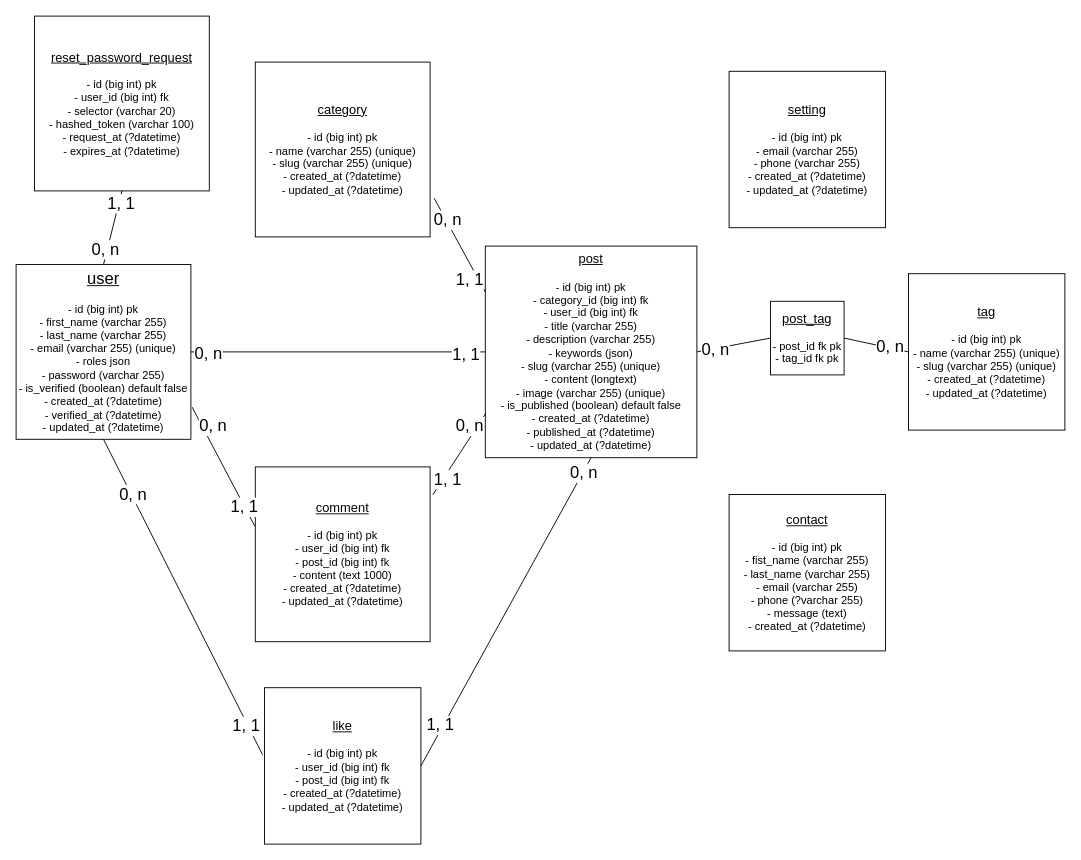
This is documentation/conception.drawio from Yanis281293/12_symfony_blog, a draw.io file, before an edit. Source tidied: cells renumbered, new cells numbered last; positions are measured from the earlier drawing's top-left corner, leaving out a move shared by most shapes. Both pictures are drawn from the tidied source at 92%, with x=0, y=0 at pixel (16, 16).
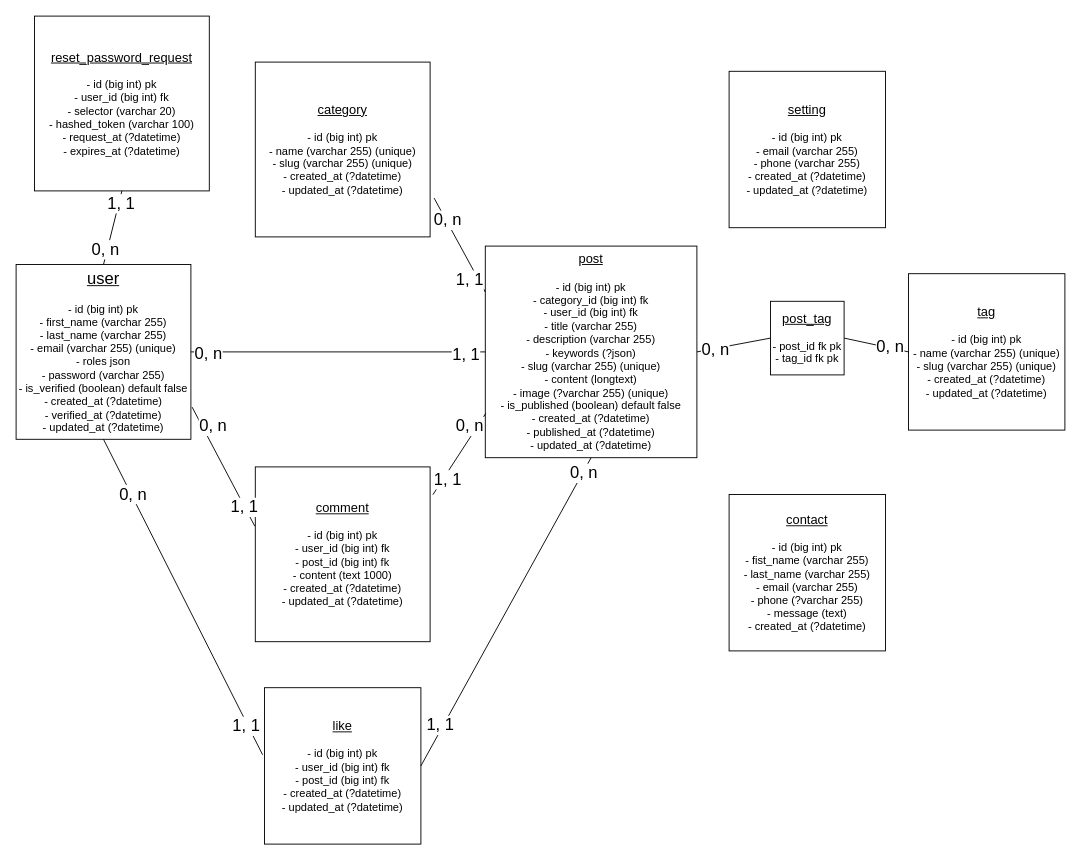
After the change.

Diff of the diagram source:
```diff
@@
-    <mxCell id="8" value="&lt;font style=&quot;font-size: 14px;&quot;&gt;&lt;u style=&quot;&quot;&gt;post&lt;/u&gt;&lt;/font&gt;&lt;br&gt;&lt;br&gt;- id (big int) pk&lt;br&gt;&lt;div style=&quot;&quot;&gt;&lt;span style=&quot;background-color: initial;&quot;&gt;- category_id (big int) fk&lt;/span&gt;&lt;/div&gt;&lt;div style=&quot;&quot;&gt;&lt;span style=&quot;background-color: initial;&quot;&gt;- user_id (big int) fk&lt;/span&gt;&lt;/div&gt;&lt;div style=&quot;&quot;&gt;&lt;span style=&quot;background-color: initial;&quot;&gt;- title (varchar 255)&lt;/span&gt;&lt;/div&gt;- description (varchar 255)&lt;br&gt;- keywords (json)&lt;br&gt;- slug (varchar 255) (unique)&lt;br&gt;- content (longtext)&lt;br&gt;- image (varchar 255) (unique)&lt;br&gt;- is_published (boolean) default false&lt;br&gt;- created_at (?datetime)&lt;br&gt;- published_at (?datetime)&lt;br&gt;- updated_at (?datetime)" style="whiteSpace=wrap;html=1;" parent="1" vertex="1">
+    <mxCell id="8" value="&lt;font style=&quot;font-size: 14px;&quot;&gt;&lt;u style=&quot;&quot;&gt;post&lt;/u&gt;&lt;/font&gt;&lt;br&gt;&lt;br&gt;- id (big int) pk&lt;br&gt;&lt;div style=&quot;&quot;&gt;&lt;span style=&quot;background-color: initial;&quot;&gt;- category_id (big int) fk&lt;/span&gt;&lt;/div&gt;&lt;div style=&quot;&quot;&gt;&lt;span style=&quot;background-color: initial;&quot;&gt;- user_id (big int) fk&lt;/span&gt;&lt;/div&gt;&lt;div style=&quot;&quot;&gt;&lt;span style=&quot;background-color: initial;&quot;&gt;- title (varchar 255)&lt;/span&gt;&lt;/div&gt;- description (varchar 255)&lt;br&gt;- keywords (?json)&lt;br&gt;- slug (varchar 255) (unique)&lt;br&gt;- content (longtext)&lt;br&gt;- image (?varchar 255) (unique)&lt;br&gt;- is_published (boolean) default false&lt;br&gt;- created_at (?datetime)&lt;br&gt;- published_at (?datetime)&lt;br&gt;- updated_at (?datetime)" style="whiteSpace=wrap;html=1;" parent="1" vertex="1">
       <mxGeometry x="510" y="250" width="230" height="230" as="geometry" />
     </mxCell>
```
